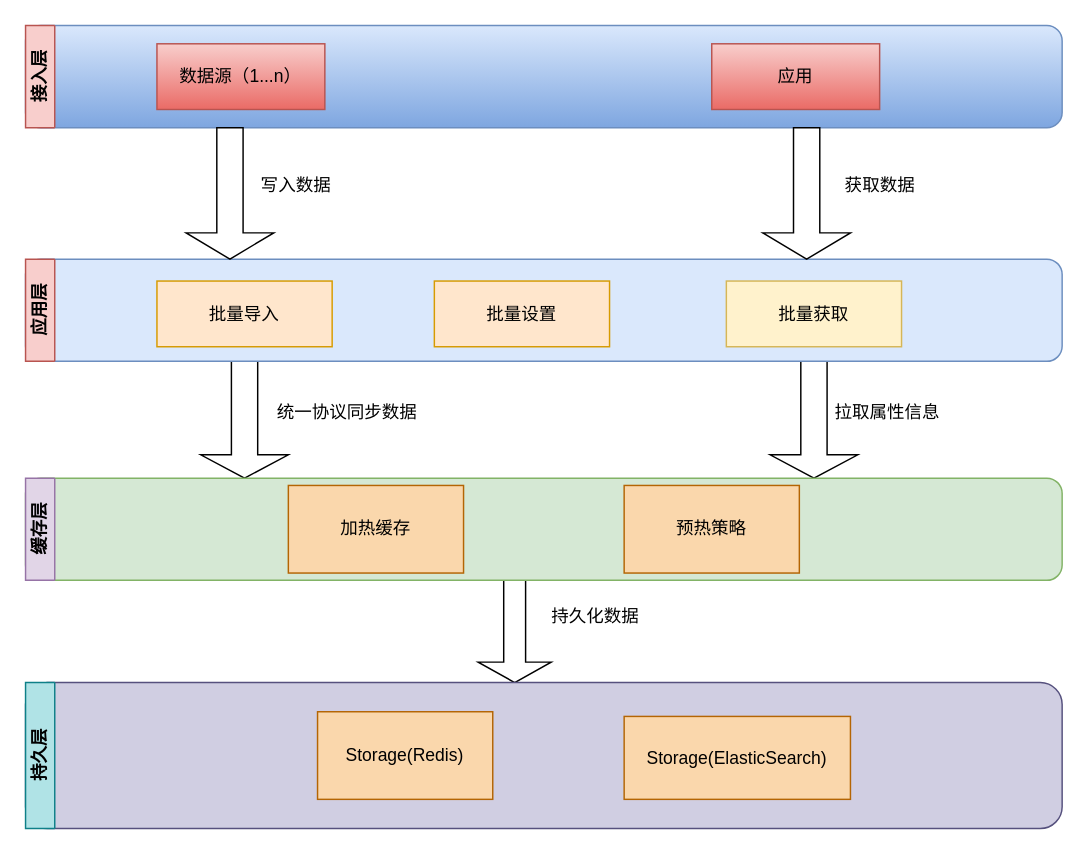
Above: 属性中心总体架构图.drawio in tianjiawei/draw (draw.io), before the change. Source tidied: cells renumbered, new cells numbered last; positions are measured from the earlier drawing's top-left corner, leaving out a move shared by most shapes. Both pictures are drawn from the tidied source at 146%, with x=0, y=0 at pixel (25, 25).
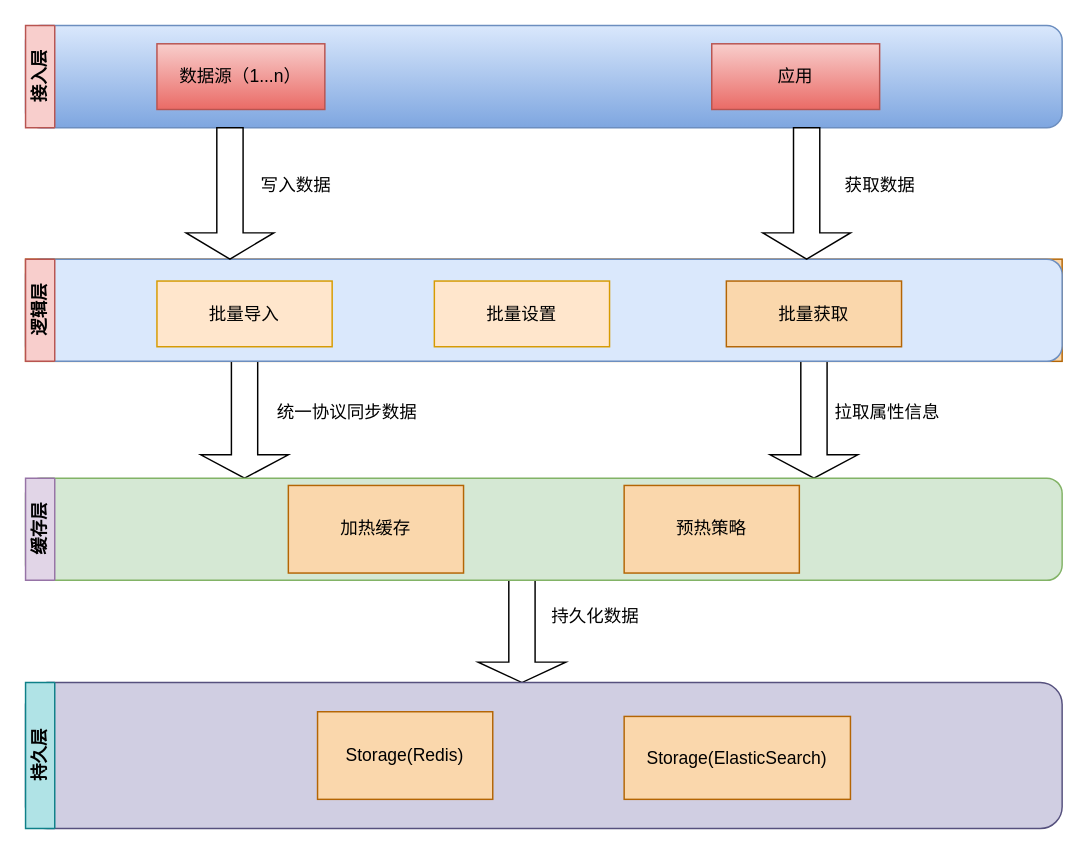
After the change.

Commit message:
更新属性中心总体架构图.drawio

Change to the diagram source:
```diff
@@
     <mxCell id="6" style="shape=singleArrow;direction=south;whiteSpace=wrap;html=1;" parent="1" vertex="1">
-      <mxGeometry x="310" y="380" width="50" height="70" as="geometry" />
+      <mxGeometry x="310" y="380" width="60" height="70" as="geometry" />
     </mxCell>
-    <mxCell id="7" style="group;" parent="1" vertex="1">
+    <mxCell id="7" style="group;fillColor=#fad7ac;strokeColor=#b46504;" parent="1" vertex="1">
       <mxGeometry y="160" width="710" height="70" as="geometry" />
     </mxCell>
@@
-    <mxCell id="10" value="批量获取" style="rounded=0;whiteSpace=wrap;html=1;fillColor=#fff2cc;strokeColor=#d6b656;" parent="7" vertex="1">
+    <mxCell id="10" value="批量获取" style="rounded=0;whiteSpace=wrap;html=1;fillColor=#fad7ac;strokeColor=#b46504;" parent="7" vertex="1">
       <mxGeometry x="480" y="15" width="120" height="45" as="geometry" />
     </mxCell>
-    <mxCell id="11" value="应用层" style="swimlane;horizontal=0;whiteSpace=wrap;html=1;fillColor=#f8cecc;strokeColor=#b85450;" parent="7" vertex="1">
+    <mxCell id="11" value="逻辑层" style="swimlane;horizontal=0;whiteSpace=wrap;html=1;fillColor=#f8cecc;strokeColor=#b85450;" parent="7" vertex="1">
       <mxGeometry width="20" height="70" as="geometry" />
     </mxCell>
```
